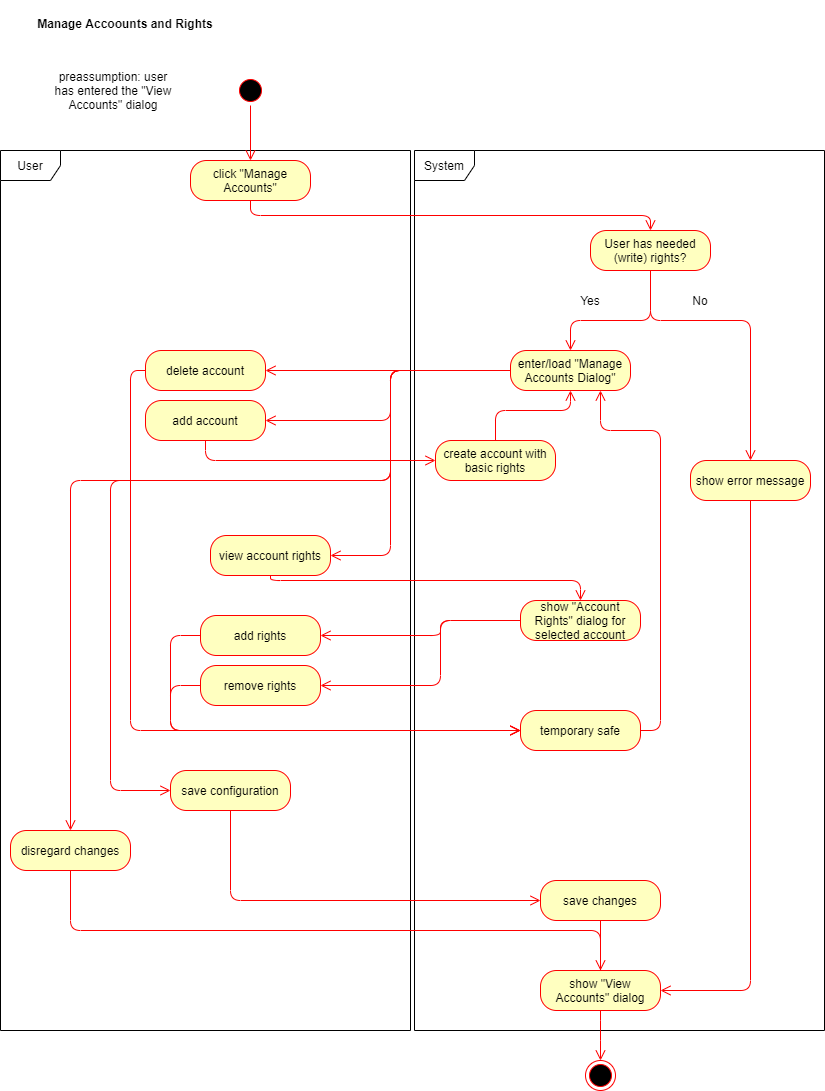
mymanu/Camera-Observation-Tool-Documentation keeps this draw.io diagram as ManageAccountsAndRights_ActivityDiagram.png. Above is the earlier version. Source tidied: cells renumbered, new cells last; positions are measured from the earlier drawing's top-left corner, leaving out a move shared by most shapes.
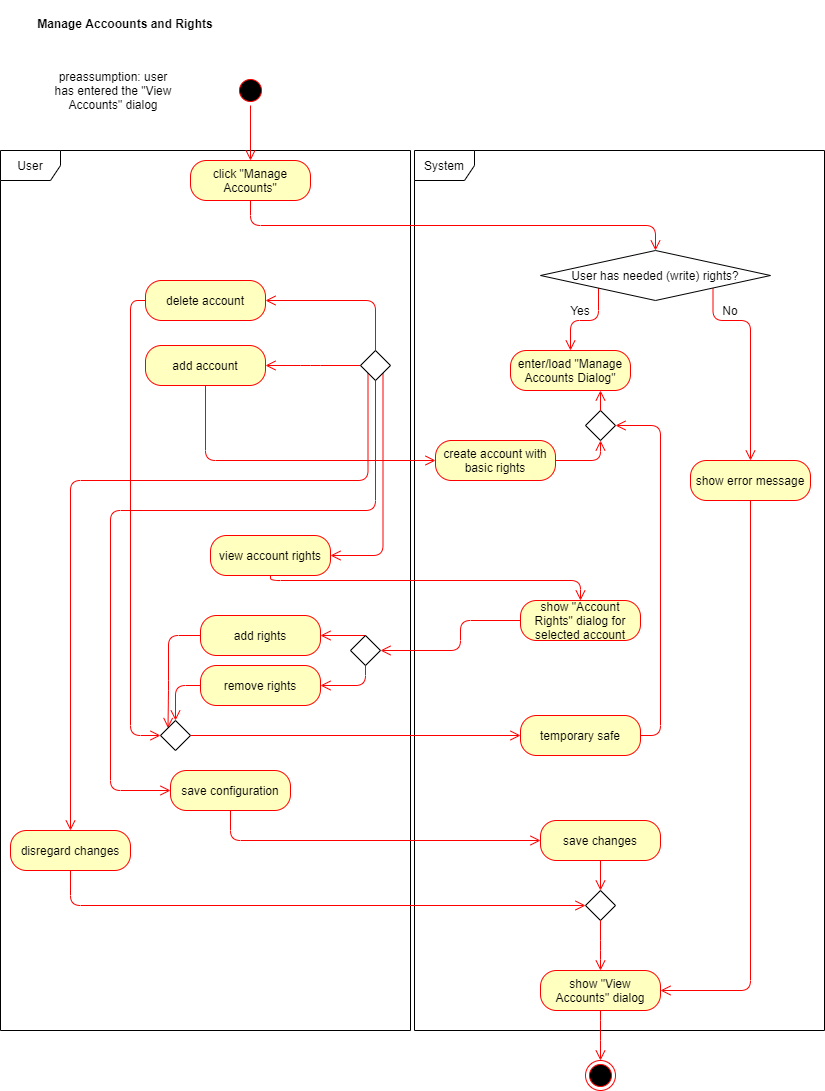
The same file after the commit.

What changed in the source:
```diff
@@ -9,17 +9,14 @@
       <mxGeometry x="414" y="150" width="410" height="880" as="geometry" />
     </mxCell>
     <mxCell id="4" value="Yes" style="text;html=1;strokeColor=none;fillColor=none;align=center;verticalAlign=middle;whiteSpace=wrap;rounded=0;" parent="1" vertex="1">
-      <mxGeometry x="570" y="290" width="40" height="20" as="geometry" />
+      <mxGeometry x="560" y="300" width="40" height="20" as="geometry" />
     </mxCell>
     <mxCell id="5" value="No" style="text;html=1;strokeColor=none;fillColor=none;align=center;verticalAlign=middle;whiteSpace=wrap;rounded=0;" parent="1" vertex="1">
-      <mxGeometry x="680" y="290" width="40" height="20" as="geometry" />
+      <mxGeometry x="710" y="300" width="40" height="20" as="geometry" />
     </mxCell>
     <mxCell id="6" value="preassumption: user has entered the &quot;View Accounts&quot; dialog" style="text;html=1;strokeColor=none;fillColor=none;align=center;verticalAlign=middle;whiteSpace=wrap;rounded=0;" parent="1" vertex="1">
       <mxGeometry x="48" y="80" width="130" height="20" as="geometry" />
     </mxCell>
-    <mxCell id="7" value="User has needed (write) rights?" style="rounded=1;whiteSpace=wrap;html=1;arcSize=40;fontColor=#000000;fillColor=#ffffc0;strokeColor=#ff0000;" parent="1" vertex="1">
-      <mxGeometry x="590" y="230" width="120" height="40" as="geometry" />
-    </mxCell>
     <mxCell id="8" style="ellipse;html=1;shape=startState;fillColor=#000000;strokeColor=#ff0000;" parent="1" vertex="1">
       <mxGeometry x="235" y="75" width="30" height="30" as="geometry" />
     </mxCell>
@@ -45,10 +42,10 @@
       <mxGeometry x="510" y="350" width="120" height="40" as="geometry" />
     </mxCell>
     <mxCell id="16" value="delete account" style="rounded=1;whiteSpace=wrap;html=1;arcSize=40;fontColor=#000000;fillColor=#ffffc0;strokeColor=#ff0000;" parent="1" vertex="1">
-      <mxGeometry x="145" y="350" width="120" height="40" as="geometry" />
+      <mxGeometry x="145" y="280" width="120" height="40" as="geometry" />
     </mxCell>
     <mxCell id="17" value="add account" style="rounded=1;whiteSpace=wrap;html=1;arcSize=40;fontColor=#000000;fillColor=#ffffc0;strokeColor=#ff0000;" parent="1" vertex="1">
-      <mxGeometry x="145" y="400" width="120" height="40" as="geometry" />
+      <mxGeometry x="145" y="345" width="120" height="40" as="geometry" />
     </mxCell>
     <mxCell id="18" value="add rights" style="rounded=1;whiteSpace=wrap;html=1;arcSize=40;fontColor=#000000;fillColor=#ffffc0;strokeColor=#ff0000;" parent="1" vertex="1">
       <mxGeometry x="200" y="615" width="120" height="40" as="geometry" />
@@ -65,22 +62,21 @@
     <mxCell id="22" value="show &quot;Account Rights&quot; dialog for selected account" style="rounded=1;whiteSpace=wrap;html=1;arcSize=40;fontColor=#000000;fillColor=#ffffc0;strokeColor=#ff0000;" parent="1" vertex="1">
       <mxGeometry x="520" y="600" width="120" height="40" as="geometry" />
     </mxCell>
-    <mxCell id="23" style="edgeStyle=orthogonalEdgeStyle;html=1;verticalAlign=bottom;endArrow=open;endSize=8;strokeColor=#ff0000;entryX=1;entryY=0.5;entryDx=0;entryDy=0;exitX=0;exitY=0.5;exitDx=0;exitDy=0;" parent="1" edge="1" source="15" target="16">
+    <mxCell id="23" style="edgeStyle=orthogonalEdgeStyle;html=1;verticalAlign=bottom;endArrow=open;endSize=8;strokeColor=#ff0000;entryX=1;entryY=0.5;entryDx=0;entryDy=0;exitX=0.5;exitY=0;exitDx=0;exitDy=0;" parent="1" edge="1" source="53" target="16">
       <mxGeometry relative="1" as="geometry" />
     </mxCell>
-    <mxCell id="24" style="edgeStyle=orthogonalEdgeStyle;html=1;verticalAlign=bottom;endArrow=open;endSize=8;strokeColor=#ff0000;entryX=1;entryY=0.5;entryDx=0;entryDy=0;exitX=0;exitY=0.5;exitDx=0;exitDy=0;startSize=7;" parent="1" edge="1" source="15" target="17">
+    <mxCell id="24" style="edgeStyle=orthogonalEdgeStyle;html=1;verticalAlign=bottom;endArrow=open;endSize=8;strokeColor=#ff0000;entryX=1;entryY=0.5;entryDx=0;entryDy=0;exitX=0;exitY=0.5;exitDx=0;exitDy=0;startSize=7;" parent="1" edge="1" source="53" target="17">
       <mxGeometry relative="1" as="geometry">
         <Array as="points">
-          <mxPoint x="390" y="370" />
-          <mxPoint x="390" y="420" />
+          <mxPoint x="310" y="365" />
+          <mxPoint x="310" y="365" />
         </Array>
       </mxGeometry>
     </mxCell>
-    <mxCell id="25" style="edgeStyle=orthogonalEdgeStyle;html=1;verticalAlign=bottom;endArrow=open;endSize=8;strokeColor=#ff0000;entryX=1;entryY=0.5;entryDx=0;entryDy=0;exitX=0;exitY=0.5;exitDx=0;exitDy=0;" parent="1" edge="1" source="15" target="21">
+    <mxCell id="25" style="edgeStyle=orthogonalEdgeStyle;html=1;verticalAlign=bottom;endArrow=open;endSize=8;strokeColor=#ff0000;entryX=1;entryY=0.5;entryDx=0;entryDy=0;exitX=1;exitY=1;exitDx=0;exitDy=0;" parent="1" edge="1" source="53" target="21">
       <mxGeometry relative="1" as="geometry">
         <Array as="points">
-          <mxPoint x="390" y="370" />
-          <mxPoint x="390" y="555" />
+          <mxPoint x="383" y="555" />
         </Array>
       </mxGeometry>
     </mxCell>
@@ -92,19 +88,18 @@
         </Array>
       </mxGeometry>
     </mxCell>
-    <mxCell id="27" style="edgeStyle=orthogonalEdgeStyle;html=1;verticalAlign=bottom;endArrow=open;endSize=8;strokeColor=#ff0000;exitX=0;exitY=0.5;exitDx=0;exitDy=0;entryX=1;entryY=0.5;entryDx=0;entryDy=0;" parent="1" edge="1" source="22" target="18">
+    <mxCell id="27" style="edgeStyle=orthogonalEdgeStyle;html=1;verticalAlign=bottom;endArrow=open;endSize=8;strokeColor=#ff0000;exitX=0.5;exitY=0;exitDx=0;exitDy=0;entryX=1;entryY=0.5;entryDx=0;entryDy=0;" parent="1" edge="1" source="55" target="18">
       <mxGeometry relative="1" as="geometry">
         <Array as="points">
-          <mxPoint x="440" y="620" />
-          <mxPoint x="440" y="635" />
+          <mxPoint x="365" y="635" />
+          <mxPoint x="365" y="635" />
         </Array>
       </mxGeometry>
     </mxCell>
-    <mxCell id="28" style="edgeStyle=orthogonalEdgeStyle;html=1;verticalAlign=bottom;endArrow=open;endSize=8;strokeColor=#ff0000;entryX=1;entryY=0.5;entryDx=0;entryDy=0;exitX=0;exitY=0.5;exitDx=0;exitDy=0;" parent="1" edge="1" source="22" target="19">
+    <mxCell id="28" style="edgeStyle=orthogonalEdgeStyle;html=1;verticalAlign=bottom;endArrow=open;endSize=8;strokeColor=#ff0000;entryX=1;entryY=0.5;entryDx=0;entryDy=0;exitX=0.5;exitY=1;exitDx=0;exitDy=0;" parent="1" edge="1" source="55" target="19">
       <mxGeometry relative="1" as="geometry">
         <Array as="points">
-          <mxPoint x="440" y="620" />
-          <mxPoint x="440" y="685" />
+          <mxPoint x="365" y="685" />
         </Array>
       </mxGeometry>
     </mxCell>
@@ -118,51 +113,47 @@
     <mxCell id="30" value="create account with basic rights" style="rounded=1;whiteSpace=wrap;html=1;arcSize=40;fontColor=#000000;fillColor=#ffffc0;strokeColor=#ff0000;" parent="1" vertex="1">
       <mxGeometry x="435" y="440" width="120" height="40" as="geometry" />
     </mxCell>
-    <mxCell id="31" style="edgeStyle=orthogonalEdgeStyle;html=1;verticalAlign=bottom;endArrow=open;endSize=8;strokeColor=#ff0000;entryX=0.5;entryY=1;entryDx=0;entryDy=0;exitX=0.5;exitY=0;exitDx=0;exitDy=0;" parent="1" edge="1" source="30" target="15">
+    <mxCell id="31" style="edgeStyle=orthogonalEdgeStyle;html=1;verticalAlign=bottom;endArrow=open;endSize=8;strokeColor=#ff0000;entryX=0.5;entryY=1;entryDx=0;entryDy=0;exitX=1;exitY=0.5;exitDx=0;exitDy=0;" parent="1" edge="1" source="30" target="49">
       <mxGeometry relative="1" as="geometry">
         <Array as="points">
-          <mxPoint x="495" y="410" />
-          <mxPoint x="570" y="410" />
+          <mxPoint x="600" y="460" />
         </Array>
       </mxGeometry>
     </mxCell>
-    <mxCell id="32" style="edgeStyle=orthogonalEdgeStyle;html=1;verticalAlign=bottom;endArrow=open;endSize=8;strokeColor=#ff0000;exitX=0;exitY=0.5;exitDx=0;exitDy=0;entryX=0;entryY=0.5;entryDx=0;entryDy=0;" parent="1" edge="1" source="18" target="33">
+    <mxCell id="32" style="edgeStyle=orthogonalEdgeStyle;html=1;verticalAlign=bottom;endArrow=open;endSize=8;strokeColor=#ff0000;exitX=0;exitY=0.5;exitDx=0;exitDy=0;entryX=0;entryY=0;entryDx=0;entryDy=0;" parent="1" edge="1" source="18" target="54">
       <mxGeometry relative="1" as="geometry">
         <Array as="points">
-          <mxPoint x="170" y="635" />
-          <mxPoint x="170" y="730" />
+          <mxPoint x="168" y="635" />
+          <mxPoint x="168" y="690" />
         </Array>
       </mxGeometry>
     </mxCell>
     <mxCell id="33" value="temporary safe" style="rounded=1;whiteSpace=wrap;html=1;arcSize=40;fontColor=#000000;fillColor=#ffffc0;strokeColor=#ff0000;" parent="1" vertex="1">
-      <mxGeometry x="520" y="710" width="120" height="40" as="geometry" />
+      <mxGeometry x="520" y="715" width="120" height="40" as="geometry" />
     </mxCell>
-    <mxCell id="34" style="edgeStyle=orthogonalEdgeStyle;html=1;verticalAlign=bottom;endArrow=open;endSize=8;strokeColor=#ff0000;exitX=1;exitY=0.5;exitDx=0;exitDy=0;entryX=0.75;entryY=1;entryDx=0;entryDy=0;" parent="1" edge="1" source="33" target="15">
+    <mxCell id="34" style="edgeStyle=orthogonalEdgeStyle;html=1;verticalAlign=bottom;endArrow=open;endSize=8;strokeColor=#ff0000;exitX=1;exitY=0.5;exitDx=0;exitDy=0;entryX=1;entryY=0.5;entryDx=0;entryDy=0;" parent="1" edge="1" source="33" target="49">
       <mxGeometry relative="1" as="geometry">
         <Array as="points">
-          <mxPoint x="660" y="730" />
-          <mxPoint x="660" y="430" />
-          <mxPoint x="600" y="430" />
+          <mxPoint x="660" y="735" />
+          <mxPoint x="660" y="425" />
         </Array>
       </mxGeometry>
     </mxCell>
     <mxCell id="35" value="save changes" style="rounded=1;whiteSpace=wrap;html=1;arcSize=40;fontColor=#000000;fillColor=#ffffc0;strokeColor=#ff0000;" parent="1" vertex="1">
-      <mxGeometry x="540" y="880" width="120" height="40" as="geometry" />
+      <mxGeometry x="540" y="820" width="120" height="40" as="geometry" />
     </mxCell>
-    <mxCell id="36" style="edgeStyle=orthogonalEdgeStyle;html=1;verticalAlign=bottom;endArrow=open;endSize=8;strokeColor=#ff0000;exitX=0;exitY=0.5;exitDx=0;exitDy=0;entryX=0;entryY=0.5;entryDx=0;entryDy=0;" parent="1" edge="1" source="19" target="33">
+    <mxCell id="36" style="edgeStyle=orthogonalEdgeStyle;html=1;verticalAlign=bottom;endArrow=open;endSize=8;strokeColor=#ff0000;exitX=0;exitY=0.5;exitDx=0;exitDy=0;entryX=0.5;entryY=0;entryDx=0;entryDy=0;" parent="1" edge="1" source="19" target="54">
       <mxGeometry relative="1" as="geometry">
         <Array as="points">
-          <mxPoint x="170" y="685" />
-          <mxPoint x="170" y="730" />
+          <mxPoint x="175" y="685" />
         </Array>
       </mxGeometry>
     </mxCell>
-    <mxCell id="37" style="edgeStyle=orthogonalEdgeStyle;html=1;verticalAlign=bottom;endArrow=open;endSize=8;strokeColor=#ff0000;exitX=0;exitY=0.5;exitDx=0;exitDy=0;entryX=0;entryY=0.5;entryDx=0;entryDy=0;" parent="1" edge="1" source="15" target="20">
+    <mxCell id="37" style="edgeStyle=orthogonalEdgeStyle;html=1;verticalAlign=bottom;endArrow=open;endSize=8;strokeColor=#ff0000;exitX=0.5;exitY=1;exitDx=0;exitDy=0;entryX=0;entryY=0.5;entryDx=0;entryDy=0;" parent="1" edge="1" source="53" target="20">
       <mxGeometry relative="1" as="geometry">
         <Array as="points">
-          <mxPoint x="390" y="370" />
-          <mxPoint x="390" y="480" />
-          <mxPoint x="110" y="480" />
+          <mxPoint x="375" y="510" />
+          <mxPoint x="110" y="510" />
           <mxPoint x="110" y="790" />
         </Array>
       </mxGeometry>
@@ -170,22 +161,23 @@
     <mxCell id="38" style="edgeStyle=orthogonalEdgeStyle;html=1;verticalAlign=bottom;endArrow=open;endSize=8;strokeColor=#ff0000;exitX=0.5;exitY=1;exitDx=0;exitDy=0;entryX=0;entryY=0.5;entryDx=0;entryDy=0;" parent="1" edge="1" source="20" target="35">
       <mxGeometry relative="1" as="geometry">
         <Array as="points">
-          <mxPoint x="230" y="900" />
+          <mxPoint x="230" y="840" />
         </Array>
       </mxGeometry>
     </mxCell>
-    <mxCell id="39" style="edgeStyle=orthogonalEdgeStyle;html=1;verticalAlign=bottom;endArrow=open;endSize=8;strokeColor=#ff0000;exitX=0.5;exitY=1;exitDx=0;exitDy=0;entryX=0.5;entryY=0;entryDx=0;entryDy=0;" parent="1" edge="1" source="35" target="41">
+    <mxCell id="39" style="edgeStyle=orthogonalEdgeStyle;html=1;verticalAlign=bottom;endArrow=open;endSize=8;strokeColor=#ff0000;exitX=0.5;exitY=1;exitDx=0;exitDy=0;entryX=0.5;entryY=0;entryDx=0;entryDy=0;" parent="1" edge="1" source="35" target="51">
       <mxGeometry relative="1" as="geometry">
         <Array as="points">
-          <mxPoint x="600" y="990" />
+          <mxPoint x="600" y="890" />
+          <mxPoint x="600" y="890" />
         </Array>
       </mxGeometry>
     </mxCell>
-    <mxCell id="40" style="edgeStyle=orthogonalEdgeStyle;html=1;verticalAlign=bottom;endArrow=open;endSize=8;strokeColor=#ff0000;exitX=0;exitY=0.5;exitDx=0;exitDy=0;entryX=0;entryY=0.5;entryDx=0;entryDy=0;" parent="1" edge="1" source="16" target="33">
+    <mxCell id="40" style="edgeStyle=orthogonalEdgeStyle;html=1;verticalAlign=bottom;endArrow=open;endSize=8;strokeColor=#ff0000;exitX=0;exitY=0.5;exitDx=0;exitDy=0;entryX=0;entryY=0.5;entryDx=0;entryDy=0;" parent="1" edge="1" source="16" target="54">
       <mxGeometry relative="1" as="geometry">
         <Array as="points">
-          <mxPoint x="130" y="370" />
-          <mxPoint x="130" y="730" />
+          <mxPoint x="130" y="300" />
+          <mxPoint x="130" y="735" />
         </Array>
       </mxGeometry>
     </mxCell>
@@ -195,20 +187,18 @@
     <mxCell id="42" value="disregard changes" style="rounded=1;whiteSpace=wrap;html=1;arcSize=40;fontColor=#000000;fillColor=#ffffc0;strokeColor=#ff0000;" parent="1" vertex="1">
       <mxGeometry x="10" y="830" width="120" height="40" as="geometry" />
     </mxCell>
-    <mxCell id="43" style="edgeStyle=orthogonalEdgeStyle;html=1;verticalAlign=bottom;endArrow=open;endSize=8;strokeColor=#ff0000;exitX=0;exitY=0.5;exitDx=0;exitDy=0;entryX=0.5;entryY=0;entryDx=0;entryDy=0;" parent="1" edge="1" source="15" target="42">
+    <mxCell id="43" style="edgeStyle=orthogonalEdgeStyle;html=1;verticalAlign=bottom;endArrow=open;endSize=8;strokeColor=#ff0000;exitX=0;exitY=1;exitDx=0;exitDy=0;entryX=0.5;entryY=0;entryDx=0;entryDy=0;" parent="1" edge="1" source="53" target="42">
       <mxGeometry relative="1" as="geometry">
         <Array as="points">
-          <mxPoint x="390" y="370" />
-          <mxPoint x="390" y="480" />
+          <mxPoint x="368" y="480" />
           <mxPoint x="70" y="480" />
         </Array>
       </mxGeometry>
     </mxCell>
-    <mxCell id="44" style="edgeStyle=orthogonalEdgeStyle;html=1;verticalAlign=bottom;endArrow=open;endSize=8;strokeColor=#ff0000;exitX=0.5;exitY=1;exitDx=0;exitDy=0;entryX=0.5;entryY=0;entryDx=0;entryDy=0;" parent="1" edge="1" source="42" target="41">
+    <mxCell id="44" style="edgeStyle=orthogonalEdgeStyle;html=1;verticalAlign=bottom;endArrow=open;endSize=8;strokeColor=#ff0000;exitX=0.5;exitY=1;exitDx=0;exitDy=0;entryX=0;entryY=0.5;entryDx=0;entryDy=0;" parent="1" edge="1" source="42" target="51">
       <mxGeometry relative="1" as="geometry">
         <Array as="points">
-          <mxPoint x="70" y="930" />
-          <mxPoint x="600" y="930" />
+          <mxPoint x="70" y="905" />
         </Array>
       </mxGeometry>
     </mxCell>
@@ -227,21 +217,66 @@
         </Array>
       </mxGeometry>
     </mxCell>
-    <mxCell id="47" style="edgeStyle=orthogonalEdgeStyle;html=1;verticalAlign=bottom;endArrow=open;endSize=8;strokeColor=#ff0000;entryX=0.5;entryY=0;entryDx=0;entryDy=0;exitX=0.5;exitY=1;exitDx=0;exitDy=0;" parent="1" edge="1" source="7" target="14">
+    <mxCell id="47" style="edgeStyle=orthogonalEdgeStyle;html=1;verticalAlign=bottom;endArrow=open;endSize=8;strokeColor=#ff0000;entryX=0.5;entryY=0;entryDx=0;entryDy=0;exitX=1;exitY=1;exitDx=0;exitDy=0;" parent="1" edge="1" source="7" target="14">
       <mxGeometry relative="1" as="geometry">
         <Array as="points">
-          <mxPoint x="650" y="320" />
+          <mxPoint x="713" y="320" />
           <mxPoint x="750" y="320" />
         </Array>
       </mxGeometry>
     </mxCell>
-    <mxCell id="48" style="edgeStyle=orthogonalEdgeStyle;html=1;verticalAlign=bottom;endArrow=open;endSize=8;strokeColor=#ff0000;entryX=0.5;entryY=0;entryDx=0;entryDy=0;exitX=0.5;exitY=1;exitDx=0;exitDy=0;" parent="1" edge="1" source="7" target="15">
+    <mxCell id="48" style="edgeStyle=orthogonalEdgeStyle;html=1;verticalAlign=bottom;endArrow=open;endSize=8;strokeColor=#ff0000;entryX=0.5;entryY=0;entryDx=0;entryDy=0;" parent="1" edge="1" target="15">
       <mxGeometry relative="1" as="geometry">
+        <mxPoint x="598" y="280" as="sourcePoint" />
         <Array as="points">
-          <mxPoint x="650" y="320" />
+          <mxPoint x="598" y="320" />
           <mxPoint x="570" y="320" />
         </Array>
       </mxGeometry>
     </mxCell>
+    <mxCell id="7" value="User has needed (write) rights?" style="rhombus;" parent="1" vertex="1">
+      <mxGeometry x="540" y="250" width="230" height="50" as="geometry" />
+    </mxCell>
+    <mxCell id="49" style="rhombus;" parent="1" vertex="1">
+      <mxGeometry x="585" y="410" width="30" height="30" as="geometry" />
+    </mxCell>
+    <mxCell id="50" style="edgeStyle=orthogonalEdgeStyle;html=1;verticalAlign=bottom;endArrow=open;endSize=8;strokeColor=#ff0000;exitX=0.5;exitY=0;exitDx=0;exitDy=0;entryX=0.75;entryY=1;entryDx=0;entryDy=0;" parent="1" edge="1" source="49" target="15">
+      <mxGeometry relative="1" as="geometry" />
+    </mxCell>
+    <mxCell id="51" style="rhombus;" parent="1" vertex="1">
+      <mxGeometry x="585" y="890" width="30" height="30" as="geometry" />
+    </mxCell>
+    <mxCell id="52" style="edgeStyle=orthogonalEdgeStyle;html=1;verticalAlign=bottom;endArrow=open;endSize=8;strokeColor=#ff0000;exitX=0.5;exitY=1;exitDx=0;exitDy=0;entryX=0.5;entryY=0;entryDx=0;entryDy=0;" parent="1" edge="1" source="51" target="41">
+      <mxGeometry relative="1" as="geometry">
+        <Array as="points">
+          <mxPoint x="600" y="950" />
+          <mxPoint x="600" y="950" />
+        </Array>
+      </mxGeometry>
+    </mxCell>
+    <mxCell id="53" style="rhombus;" parent="1" vertex="1">
+      <mxGeometry x="360" y="350" width="30" height="30" as="geometry" />
+    </mxCell>
+    <mxCell id="54" style="rhombus;" parent="1" vertex="1">
+      <mxGeometry x="160" y="720" width="30" height="30" as="geometry" />
+    </mxCell>
+    <mxCell id="55" style="rhombus;" parent="1" vertex="1">
+      <mxGeometry x="350" y="635" width="30" height="30" as="geometry" />
+    </mxCell>
+    <mxCell id="56" style="edgeStyle=orthogonalEdgeStyle;html=1;verticalAlign=bottom;endArrow=open;endSize=8;strokeColor=#ff0000;entryX=1;entryY=0.5;entryDx=0;entryDy=0;exitX=0;exitY=0.5;exitDx=0;exitDy=0;" parent="1" edge="1" source="22" target="55">
+      <mxGeometry relative="1" as="geometry">
+        <Array as="points">
+          <mxPoint x="460" y="620" />
+          <mxPoint x="460" y="650" />
+        </Array>
+      </mxGeometry>
+    </mxCell>
+    <mxCell id="57" style="edgeStyle=orthogonalEdgeStyle;html=1;verticalAlign=bottom;endArrow=open;endSize=8;strokeColor=#ff0000;exitX=1;exitY=0.5;exitDx=0;exitDy=0;entryX=0;entryY=0.5;entryDx=0;entryDy=0;" parent="1" edge="1" source="54" target="33">
+      <mxGeometry relative="1" as="geometry">
+        <Array as="points">
+          <mxPoint x="520" y="735" />
+        </Array>
+      </mxGeometry>
+    </mxCell>
   </root>
 </mxGraphModel>
```
